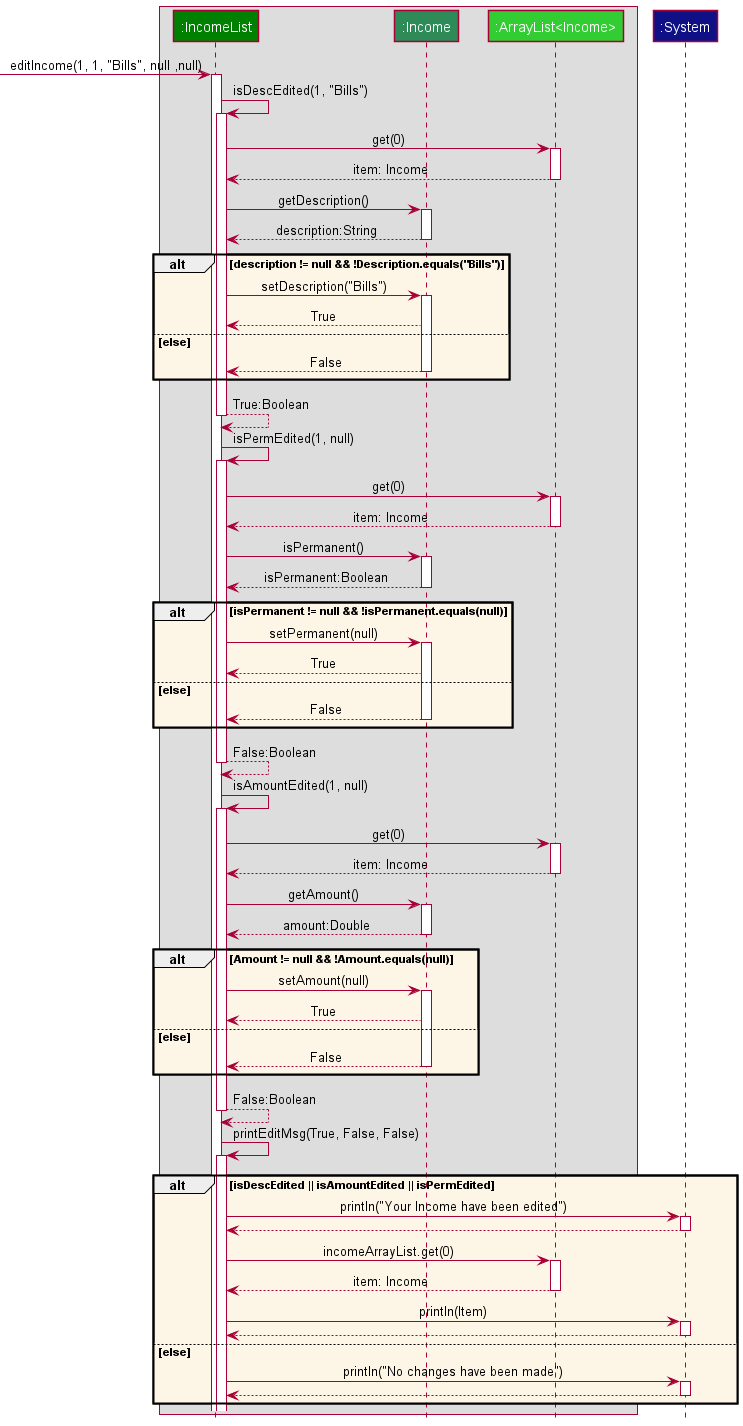
Before: docs/images/EditIncomeSequence.png, a diagram exported from PlantUML (nus-cs2113-AY2122S2/tp).
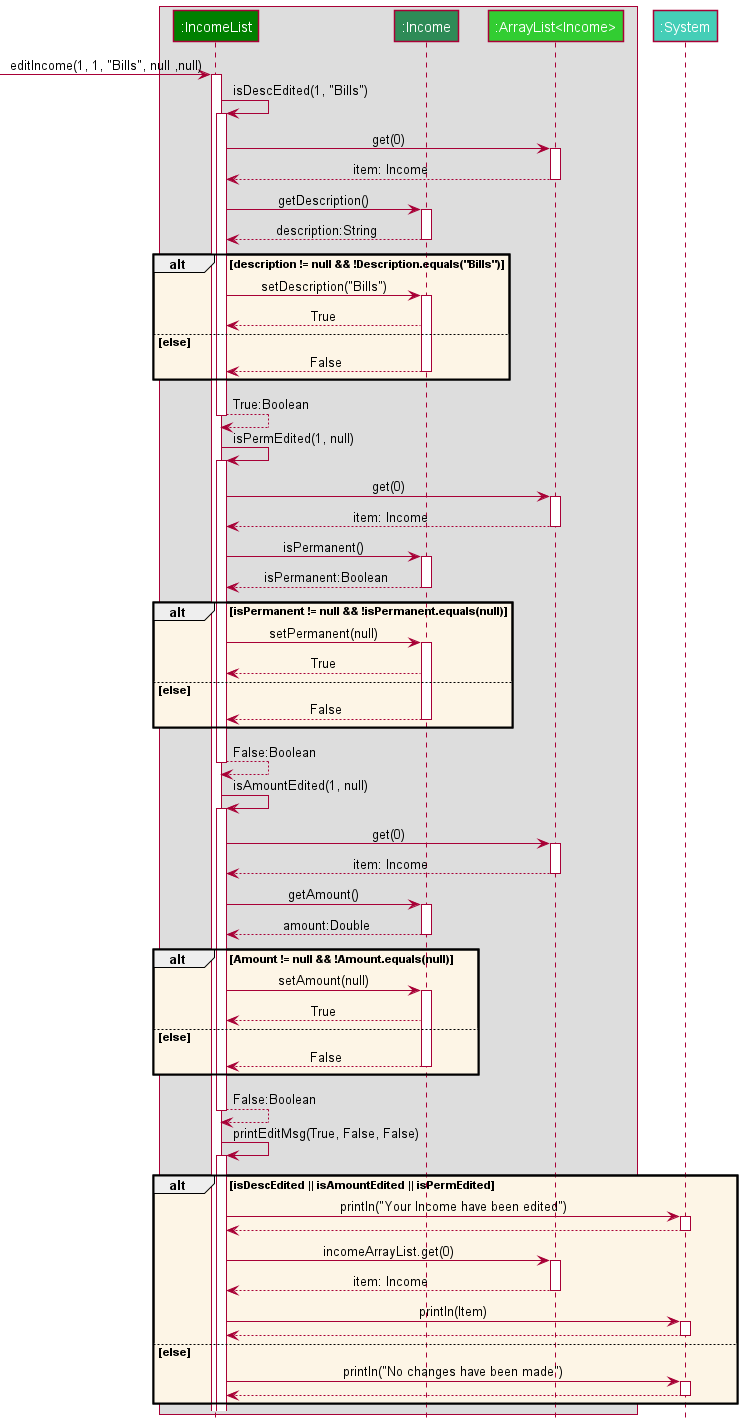
Later version of the same file.

Change to the diagram source:
```diff
@@ -7,7 +7,7 @@
     participant ":ArrayList<Income>" as Alist MONEY_COLOR_T2
 end box
 
-participant ":System" as System LOGIC_COLOR
+participant ":System" as System SYSTEM_COLOR
 
 [-> Ilist: editIncome(1, 1, "Bills", null ,null)
 activate Ilist
```
